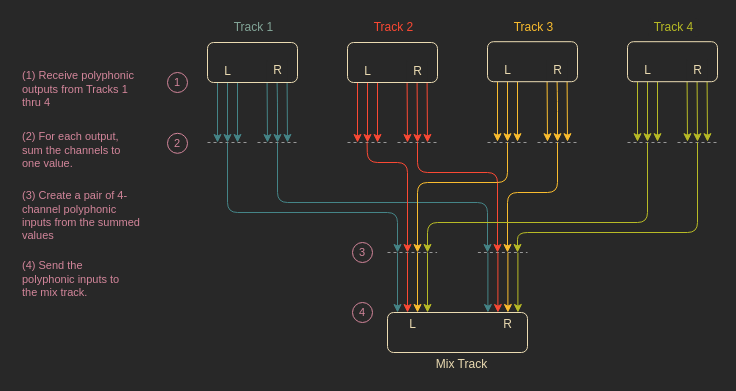
SteveRussell33/Autonomous-Robot-Collective keeps this draw.io diagram as docs/track.drawio. Above is the earlier version. Source tidied: cells renumbered, new cells numbered last; positions are measured from the earlier drawing's top-left corner, leaving out a move shared by most shapes. Both pictures are drawn from the tidied source at 100%, with x=0, y=0 at pixel (17, 17).
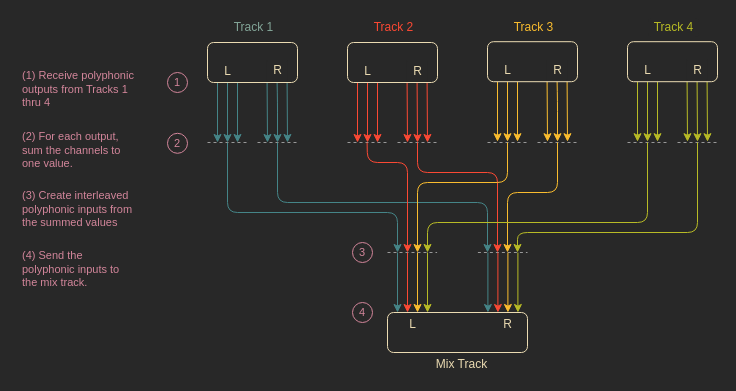
Above is the later version.

The edit, as a diff of the source:
```diff
@@
     <mxCell id="40" value="&lt;h1 style=&quot;font-size: 11px&quot;&gt;&lt;span style=&quot;font-weight: normal ; font-size: 11px&quot;&gt;(4) Send the polyphonic inputs to the mix track.&lt;/span&gt;&lt;/h1&gt;" style="text;html=1;strokeColor=none;fillColor=none;spacing=5;spacingTop=-20;whiteSpace=wrap;overflow=hidden;rounded=0;fontSize=11;fontColor=#d3869b;" parent="1" vertex="1">
-      <mxGeometry y="245" width="110" height="50" as="geometry" />
+      <mxGeometry y="235" width="110" height="50" as="geometry" />
     </mxCell>
@@
-    <mxCell id="44" value="&lt;h1 style=&quot;font-size: 11px&quot;&gt;&lt;span style=&quot;font-weight: normal ; font-size: 11px&quot;&gt;(3) Create a pair of 4-channel polyphonic inputs from the summed values&lt;/span&gt;&lt;/h1&gt;" style="text;html=1;strokeColor=none;fillColor=none;spacing=5;spacingTop=-20;whiteSpace=wrap;overflow=hidden;rounded=0;fontSize=11;fontColor=#d3869b;" parent="1" vertex="1">
+    <mxCell id="44" value="&lt;h1 style=&quot;font-size: 11px&quot;&gt;&lt;span style=&quot;font-weight: normal ; font-size: 11px&quot;&gt;(3) Create interleaved polyphonic inputs from the summed values&lt;/span&gt;&lt;/h1&gt;" style="text;html=1;strokeColor=none;fillColor=none;spacing=5;spacingTop=-20;whiteSpace=wrap;overflow=hidden;rounded=0;fontSize=11;fontColor=#d3869b;" parent="1" vertex="1">
       <mxGeometry y="175" width="130" height="50" as="geometry" />
     </mxCell>
```
